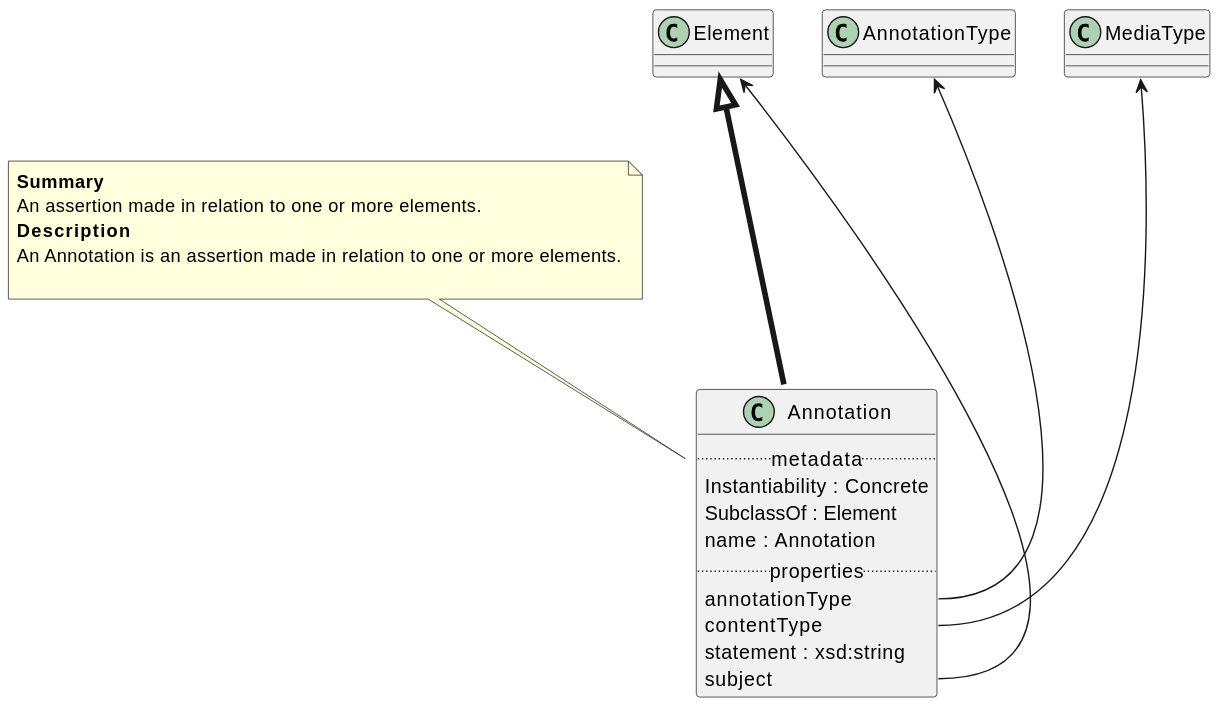
Before: Classes/Annotation.svg, a diagram exported from PlantUML (maxhbr/spec-parser.hs).
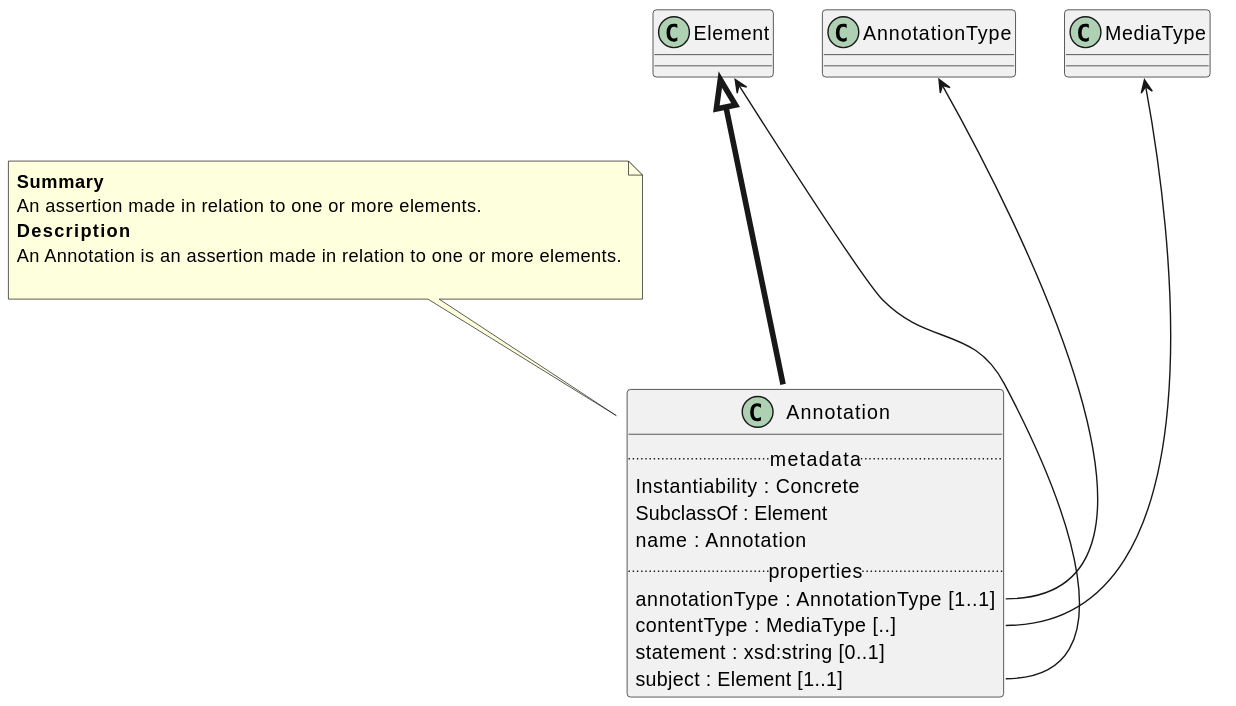
After the change.

The edit, as a diff of the source:
```diff
@@ -5,10 +5,10 @@
     SubclassOf : Element
     name : Annotation
 .. properties ..
-    annotationType
-    contentType
-    statement : xsd:string
-    subject
+    annotationType : AnnotationType [1..1]
+    contentType : MediaType [..]
+    statement : xsd:string [0..1]
+    subject : Element [1..1]
 }
 note top of Annotation
 <b>Summary</b>
```
